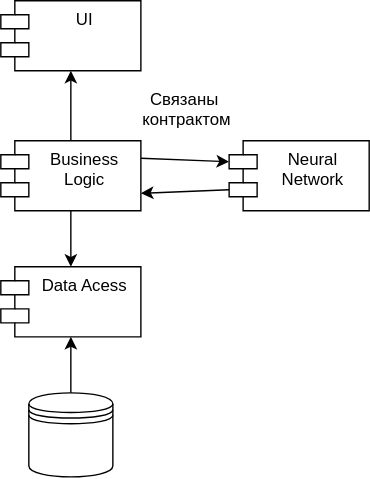
This is imgs/components_diag.svg from needsomesleeptd/PPO, a draw.io export, as it was before one commit. Source tidied: cells renumbered, new cells last; positions are measured from the earlier drawing's top-left corner, leaving out a move shared by most shapes.
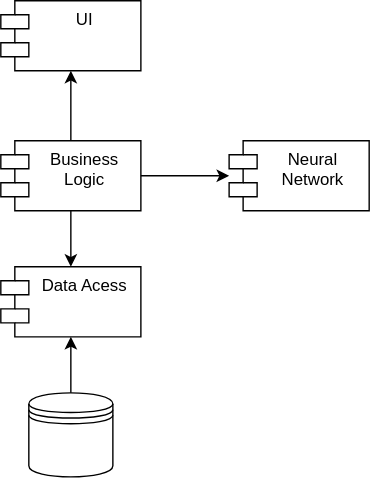
Later version of the same file.

The edit, as a diff of the source:
```diff
@@ -26,14 +26,8 @@
     <mxCell id="9" value="Neural Network" style="shape=module;align=left;spacingLeft=20;align=center;verticalAlign=top;whiteSpace=wrap;html=1;" parent="1" vertex="1">
       <mxGeometry x="163" y="100" width="100" height="50" as="geometry" />
     </mxCell>
-    <mxCell id="10" style="endArrow=classic;html=1;rounded=0;exitX=1;exitY=0.25;exitDx=0;exitDy=0;entryX=0;entryY=0;entryDx=0;entryDy=15;entryPerimeter=0;" parent="1" edge="1" source="5" target="9">
+    <mxCell id="10" style="endArrow=classic;html=1;rounded=0;" parent="1" edge="1" source="5" target="9">
       <mxGeometry relative="1" as="geometry" />
     </mxCell>
-    <mxCell id="11" style="endArrow=classic;html=1;rounded=0;exitX=0;exitY=0;exitDx=0;exitDy=35;entryX=1;entryY=0.75;entryDx=0;entryDy=0;exitPerimeter=0;" parent="1" edge="1" source="9" target="5">
-      <mxGeometry relative="1" as="geometry" />
-    </mxCell>
-    <mxCell id="12" value="Связаны&amp;nbsp;&lt;br&gt;контрактом&lt;div&gt;&lt;br/&gt;&lt;/div&gt;" style="text;html=1;align=center;verticalAlign=middle;whiteSpace=wrap;rounded=0;" parent="1" vertex="1">
-      <mxGeometry x="103" y="70" width="60" height="30" as="geometry" />
-    </mxCell>
   </root>
 </mxGraphModel>
```
